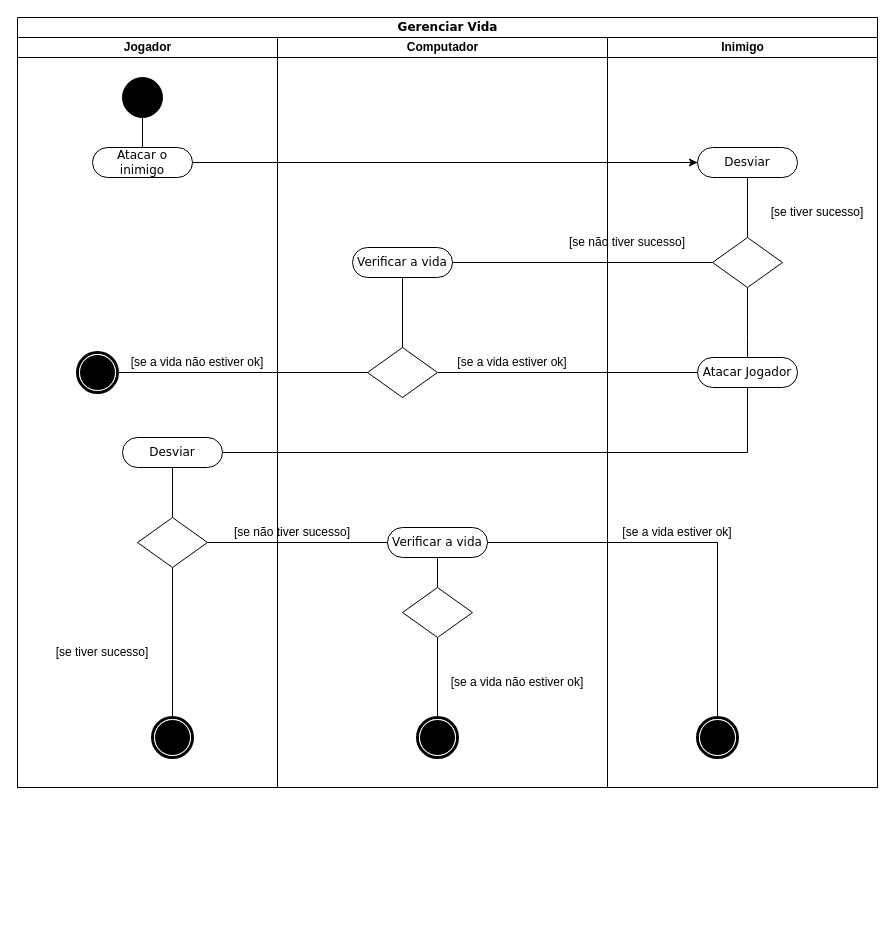
This is Diagrama de Atividade.drawio from yuritelis/atvmusicalp, a draw.io file, before an edit. Source tidied: cells renumbered, new cells numbered last; positions are measured from the earlier drawing's top-left corner, leaving out a move shared by most shapes. Both pictures are drawn from the tidied source at 100%, with x=0, y=0 at pixel (17, 17).
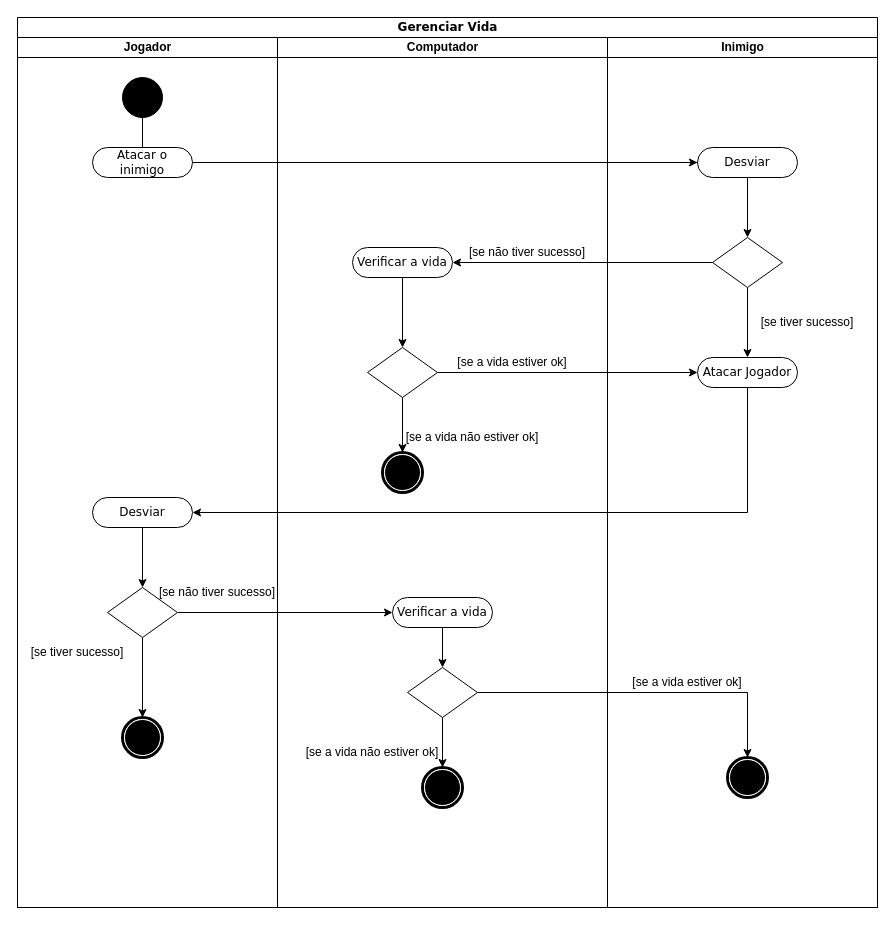
Above is the later version.

Unchanged cells that the change refers to:
```xml
<mxCell id="16" style="rhombus;whiteSpace=wrap;html=1;" parent="15" vertex="1">
  <mxGeometry x="90" y="310" width="70" height="50" as="geometry" />
</mxCell>
<mxCell id="18" value="Verificar a vida" style="rounded=1;whiteSpace=wrap;html=1;shadow=0;comic=0;labelBackgroundColor=none;strokeWidth=1;fontFamily=Verdana;fontSize=12;align=center;arcSize=50;" parent="15" vertex="1">
  <mxGeometry x="75" y="210" width="100" height="30" as="geometry" />
</mxCell>
<mxCell id="36" value="Desviar" style="rounded=1;whiteSpace=wrap;html=1;shadow=0;comic=0;labelBackgroundColor=none;strokeWidth=1;fontFamily=Verdana;fontSize=12;align=center;arcSize=50;" parent="34" vertex="1">
  <mxGeometry x="90" y="110" width="100" height="30" as="geometry" />
</mxCell>
<mxCell id="37" value="Atacar Jogador" style="rounded=1;whiteSpace=wrap;html=1;shadow=0;comic=0;labelBackgroundColor=none;strokeWidth=1;fontFamily=Verdana;fontSize=12;align=center;arcSize=50;" parent="34" vertex="1">
  <mxGeometry x="90" y="320" width="100" height="30" as="geometry" />
</mxCell>
<mxCell id="39" style="rhombus;whiteSpace=wrap;html=1;" parent="34" vertex="1">
  <mxGeometry x="105" y="200" width="70" height="50" as="geometry" />
</mxCell>
```

What changed in the source:
```diff
@@
     <mxCell id="2" value="Gerenciar Vida" style="swimlane;html=1;startSize=20;rounded=0;shadow=0;comic=0;labelBackgroundColor=none;strokeWidth=1;fontFamily=Verdana;fontSize=12;align=center;" parent="1" vertex="1">
-      <mxGeometry width="860" height="770" as="geometry" />
+      <mxGeometry width="860" height="890" as="geometry" />
     </mxCell>
     <mxCell id="3" value="Jogador" style="swimlane;html=1;startSize=20;" parent="2" vertex="1">
-      <mxGeometry y="20" width="260" height="750" as="geometry" />
+      <mxGeometry y="20" width="260" height="870" as="geometry" />
     </mxCell>
-    <mxCell id="4" style="edgeStyle=orthogonalEdgeStyle;rounded=0;jettySize=auto;html=1;exitX=0.5;exitY=1;exitDx=0;exitDy=0;entryX=0.5;entryY=0;entryDx=0;entryDy=0;endArrow=none;endFill=0;" parent="3" edge="1" source="5" target="11">
+    <mxCell id="4" style="edgeStyle=orthogonalEdgeStyle;rounded=0;jettySize=auto;html=1;" parent="3" edge="1" source="5" target="11">
       <mxGeometry relative="1" as="geometry" />
     </mxCell>
     <mxCell id="5" value="Desviar" style="rounded=1;whiteSpace=wrap;html=1;shadow=0;comic=0;labelBackgroundColor=none;strokeWidth=1;fontFamily=Verdana;fontSize=12;align=center;arcSize=50;" parent="3" vertex="1">
-      <mxGeometry x="105" y="400" width="100" height="30" as="geometry" />
+      <mxGeometry x="75" y="460" width="100" height="30" as="geometry" />
     </mxCell>
     <mxCell id="6" style="shape=mxgraph.bpmn.shape;html=1;verticalLabelPosition=bottom;labelBackgroundColor=#ffffff;verticalAlign=top;perimeter=ellipsePerimeter;outline=end;symbol=terminate;rounded=0;shadow=0;comic=0;strokeWidth=1;fontFamily=Verdana;fontSize=12;align=center;" parent="3" vertex="1">
-      <mxGeometry x="135" y="680" width="40" height="40" as="geometry" />
+      <mxGeometry x="105" y="680" width="40" height="40" as="geometry" />
     </mxCell>
@@
-    <mxCell id="10" style="edgeStyle=orthogonalEdgeStyle;rounded=0;jettySize=auto;html=1;entryX=0.5;entryY=0;entryDx=0;entryDy=0;endArrow=none;endFill=0;" parent="3" edge="1" source="11" target="6">
+    <mxCell id="10" style="edgeStyle=orthogonalEdgeStyle;rounded=0;jettySize=auto;html=1;entryX=0.5;entryY=0;entryDx=0;entryDy=0;" parent="3" edge="1" source="11" target="6">
       <mxGeometry relative="1" as="geometry" />
     </mxCell>
     <mxCell id="11" style="rhombus;whiteSpace=wrap;html=1;" parent="3" vertex="1">
-      <mxGeometry x="120" y="480" width="70" height="50" as="geometry" />
+      <mxGeometry x="90" y="550" width="70" height="50" as="geometry" />
     </mxCell>
     <mxCell id="12" value="[se tiver sucesso]" style="text;html=1;strokeColor=none;fillColor=none;align=center;verticalAlign=middle;whiteSpace=wrap;rounded=0;" parent="3" vertex="1">
-      <mxGeometry x="25" y="600" width="120" height="30" as="geometry" />
+      <mxGeometry y="600" width="120" height="30" as="geometry" />
     </mxCell>
-    <mxCell id="13" style="shape=mxgraph.bpmn.shape;html=1;verticalLabelPosition=bottom;labelBackgroundColor=#ffffff;verticalAlign=top;perimeter=ellipsePerimeter;outline=end;symbol=terminate;rounded=0;shadow=0;comic=0;strokeWidth=1;fontFamily=Verdana;fontSize=12;align=center;" parent="3" vertex="1">
-      <mxGeometry x="60" y="315" width="40" height="40" as="geometry" />
-    </mxCell>
-    <mxCell id="14" value="[se a vida não estiver ok]" style="text;html=1;strokeColor=none;fillColor=none;align=center;verticalAlign=middle;whiteSpace=wrap;rounded=0;" parent="3" vertex="1">
-      <mxGeometry x="100" y="310" width="160" height="30" as="geometry" />
-    </mxCell>
+    <mxCell id="20" value="[se não tiver sucesso]" style="text;html=1;strokeColor=none;fillColor=none;align=center;verticalAlign=middle;whiteSpace=wrap;rounded=0;" parent="3" vertex="1">
+      <mxGeometry x="140" y="540" width="120" height="30" as="geometry" />
+    </mxCell>
     <mxCell id="15" value="Computador" style="swimlane;html=1;startSize=20;" parent="2" vertex="1">
-      <mxGeometry x="260" y="20" width="330" height="750" as="geometry" />
+      <mxGeometry x="260" y="20" width="330" height="870" as="geometry" />
     </mxCell>
+    <mxCell id="44" style="edgeStyle=orthogonalEdgeStyle;rounded=0;jettySize=auto;html=1;exitX=0.5;exitY=1;exitDx=0;exitDy=0;entryX=0.5;entryY=0;entryDx=0;entryDy=0;" parent="15" edge="1" source="16" target="13">
+      <mxGeometry relative="1" as="geometry" />
+    </mxCell>
@@
-    <mxCell id="17" style="edgeStyle=orthogonalEdgeStyle;rounded=0;jettySize=auto;html=1;exitX=0.5;exitY=1;exitDx=0;exitDy=0;entryX=0.5;entryY=0;entryDx=0;entryDy=0;endArrow=none;endFill=0;" parent="15" edge="1" source="18" target="16">
+    <mxCell id="17" style="edgeStyle=orthogonalEdgeStyle;rounded=0;jettySize=auto;html=1;exitX=0.5;exitY=1;exitDx=0;exitDy=0;entryX=0.5;entryY=0;entryDx=0;entryDy=0;" parent="15" edge="1" source="18" target="16">
       <mxGeometry relative="1" as="geometry" />
     </mxCell>
@@
-    <mxCell id="20" value="[se não tiver sucesso]" style="text;html=1;strokeColor=none;fillColor=none;align=center;verticalAlign=middle;whiteSpace=wrap;rounded=0;" parent="15" vertex="1">
-      <mxGeometry x="-45" y="480" width="120" height="30" as="geometry" />
-    </mxCell>
-    <mxCell id="21" style="edgeStyle=orthogonalEdgeStyle;rounded=0;jettySize=auto;html=1;exitX=0.5;exitY=1;exitDx=0;exitDy=0;entryX=0.5;entryY=0;entryDx=0;entryDy=0;endArrow=none;endFill=0;" parent="15" edge="1" source="22" target="24">
+    <mxCell id="21" style="edgeStyle=orthogonalEdgeStyle;rounded=0;jettySize=auto;html=1;entryX=0.5;entryY=0;entryDx=0;entryDy=0;" parent="15" edge="1" source="22" target="24">
       <mxGeometry relative="1" as="geometry" />
     </mxCell>
     <mxCell id="22" value="Verificar a vida" style="rounded=1;whiteSpace=wrap;html=1;shadow=0;comic=0;labelBackgroundColor=none;strokeWidth=1;fontFamily=Verdana;fontSize=12;align=center;arcSize=50;" parent="15" vertex="1">
-      <mxGeometry x="110" y="490" width="100" height="30" as="geometry" />
+      <mxGeometry x="115" y="560" width="100" height="30" as="geometry" />
     </mxCell>
-    <mxCell id="23" style="edgeStyle=orthogonalEdgeStyle;rounded=0;jettySize=auto;html=1;exitX=0.5;exitY=1;exitDx=0;exitDy=0;entryX=0.5;entryY=0;entryDx=0;entryDy=0;endArrow=none;endFill=0;" parent="15" edge="1" source="24" target="25">
+    <mxCell id="23" style="edgeStyle=orthogonalEdgeStyle;rounded=0;jettySize=auto;html=1;exitX=0.5;exitY=1;exitDx=0;exitDy=0;entryX=0.5;entryY=0;entryDx=0;entryDy=0;" parent="15" edge="1" source="24" target="25">
       <mxGeometry relative="1" as="geometry" />
     </mxCell>
     <mxCell id="24" style="rhombus;whiteSpace=wrap;html=1;" parent="15" vertex="1">
-      <mxGeometry x="125" y="550" width="70" height="50" as="geometry" />
+      <mxGeometry x="130" y="630" width="70" height="50" as="geometry" />
     </mxCell>
     <mxCell id="25" style="shape=mxgraph.bpmn.shape;html=1;verticalLabelPosition=bottom;labelBackgroundColor=#ffffff;verticalAlign=top;perimeter=ellipsePerimeter;outline=end;symbol=terminate;rounded=0;shadow=0;comic=0;strokeWidth=1;fontFamily=Verdana;fontSize=12;align=center;" parent="15" vertex="1">
-      <mxGeometry x="140" y="680" width="40" height="40" as="geometry" />
+      <mxGeometry x="145" y="730" width="40" height="40" as="geometry" />
     </mxCell>
     <mxCell id="26" value="[se a vida não estiver ok]" style="text;html=1;strokeColor=none;fillColor=none;align=center;verticalAlign=middle;whiteSpace=wrap;rounded=0;" parent="15" vertex="1">
-      <mxGeometry x="160" y="630" width="160" height="30" as="geometry" />
+      <mxGeometry x="15" y="700" width="160" height="30" as="geometry" />
     </mxCell>
+    <mxCell id="40" value="[se não tiver sucesso]" style="text;html=1;strokeColor=none;fillColor=none;align=center;verticalAlign=middle;whiteSpace=wrap;rounded=0;" parent="15" vertex="1">
+      <mxGeometry x="190" y="200" width="120" height="30" as="geometry" />
+    </mxCell>
+    <mxCell id="13" style="shape=mxgraph.bpmn.shape;html=1;verticalLabelPosition=bottom;labelBackgroundColor=#ffffff;verticalAlign=top;perimeter=ellipsePerimeter;outline=end;symbol=terminate;rounded=0;shadow=0;comic=0;strokeWidth=1;fontFamily=Verdana;fontSize=12;align=center;" parent="15" vertex="1">
+      <mxGeometry x="105" y="415" width="40" height="40" as="geometry" />
+    </mxCell>
+    <mxCell id="14" value="[se a vida não estiver ok]" style="text;html=1;strokeColor=none;fillColor=none;align=center;verticalAlign=middle;whiteSpace=wrap;rounded=0;" parent="15" vertex="1">
+      <mxGeometry x="115" y="385" width="160" height="30" as="geometry" />
+    </mxCell>
@@
-    <mxCell id="28" style="edgeStyle=orthogonalEdgeStyle;rounded=0;jettySize=auto;html=1;entryX=0;entryY=0.5;entryDx=0;entryDy=0;endArrow=none;endFill=0;" parent="2" edge="1" source="18" target="39">
-      <mxGeometry relative="1" as="geometry" />
-    </mxCell>
@@
-    <mxCell id="30" style="rounded=0;jettySize=auto;html=1;exitX=1;exitY=0.5;exitDx=0;exitDy=0;entryX=0;entryY=0.5;entryDx=0;entryDy=0;edgeStyle=orthogonalEdgeStyle;endArrow=none;endFill=0;" parent="2" edge="1" source="16" target="37">
-      <mxGeometry relative="1" as="geometry" />
-    </mxCell>
-    <mxCell id="31" style="edgeStyle=orthogonalEdgeStyle;rounded=0;jettySize=auto;html=1;exitX=0.5;exitY=1;exitDx=0;exitDy=0;entryX=1;entryY=0.5;entryDx=0;entryDy=0;endArrow=none;endFill=0;" parent="2" edge="1" source="37" target="5">
-      <mxGeometry relative="1" as="geometry" />
-    </mxCell>
-    <mxCell id="32" style="edgeStyle=orthogonalEdgeStyle;rounded=0;jettySize=auto;html=1;exitX=1;exitY=0.5;exitDx=0;exitDy=0;entryX=0;entryY=0.5;entryDx=0;entryDy=0;endArrow=none;endFill=0;" parent="2" edge="1" source="11" target="22">
-      <mxGeometry relative="1" as="geometry" />
-    </mxCell>
-    <mxCell id="33" style="edgeStyle=orthogonalEdgeStyle;rounded=0;jettySize=auto;html=1;exitX=1;exitY=0.5;exitDx=0;exitDy=0;entryX=0.5;entryY=0;entryDx=0;entryDy=0;endArrow=none;endFill=0;" parent="2" edge="1" source="22" target="42">
-      <mxGeometry relative="1" as="geometry" />
-    </mxCell>
     <mxCell id="34" value="Inimigo" style="swimlane;html=1;startSize=20;" parent="2" vertex="1">
-      <mxGeometry x="590" y="20" width="270" height="750" as="geometry" />
+      <mxGeometry x="590" y="20" width="270" height="870" as="geometry" />
     </mxCell>
-    <mxCell id="35" style="edgeStyle=orthogonalEdgeStyle;rounded=0;jettySize=auto;html=1;exitX=0.5;exitY=1;exitDx=0;exitDy=0;entryX=0.5;entryY=0;entryDx=0;entryDy=0;endArrow=none;endFill=0;" parent="34" edge="1" source="36" target="39">
+    <mxCell id="35" style="edgeStyle=orthogonalEdgeStyle;rounded=0;jettySize=auto;html=1;entryX=0.5;entryY=0;entryDx=0;entryDy=0;" parent="34" edge="1" source="36" target="39">
       <mxGeometry relative="1" as="geometry" />
     </mxCell>
@@
-    <mxCell id="38" style="edgeStyle=orthogonalEdgeStyle;rounded=0;jettySize=auto;html=1;exitX=0.5;exitY=1;exitDx=0;exitDy=0;entryX=0.5;entryY=0;entryDx=0;entryDy=0;endArrow=none;endFill=0;" parent="34" edge="1" source="39" target="37">
-      <mxGeometry relative="1" as="geometry">
-        <Array as="points">
-          <mxPoint x="140" y="300" />
-          <mxPoint x="140" y="300" />
-        </Array>
-      </mxGeometry>
+    <mxCell id="38" style="edgeStyle=orthogonalEdgeStyle;rounded=0;jettySize=auto;html=1;exitX=0.5;exitY=1;exitDx=0;exitDy=0;entryX=0.5;entryY=0;entryDx=0;entryDy=0;" parent="34" edge="1" source="39" target="37">
+      <mxGeometry relative="1" as="geometry" />
     </mxCell>
@@
-    <mxCell id="40" value="[se não tiver sucesso]" style="text;html=1;strokeColor=none;fillColor=none;align=center;verticalAlign=middle;whiteSpace=wrap;rounded=0;" parent="34" vertex="1">
-      <mxGeometry x="-40" y="190" width="120" height="30" as="geometry" />
-    </mxCell>
     <mxCell id="41" value="[se tiver sucesso]" style="text;html=1;strokeColor=none;fillColor=none;align=center;verticalAlign=middle;whiteSpace=wrap;rounded=0;" parent="34" vertex="1">
-      <mxGeometry x="150" y="160" width="120" height="30" as="geometry" />
+      <mxGeometry x="140" y="270" width="120" height="30" as="geometry" />
     </mxCell>
     <mxCell id="42" style="shape=mxgraph.bpmn.shape;html=1;verticalLabelPosition=bottom;labelBackgroundColor=#ffffff;verticalAlign=top;perimeter=ellipsePerimeter;outline=end;symbol=terminate;rounded=0;shadow=0;comic=0;strokeWidth=1;fontFamily=Verdana;fontSize=12;align=center;" parent="34" vertex="1">
-      <mxGeometry x="90" y="680" width="40" height="40" as="geometry" />
+      <mxGeometry x="120" y="720" width="40" height="40" as="geometry" />
     </mxCell>
     <mxCell id="43" value="[se a vida estiver ok]" style="text;html=1;strokeColor=none;fillColor=none;align=center;verticalAlign=middle;whiteSpace=wrap;rounded=0;" parent="34" vertex="1">
-      <mxGeometry x="10" y="480" width="120" height="30" as="geometry" />
+      <mxGeometry x="20" y="630" width="120" height="30" as="geometry" />
     </mxCell>
-    <mxCell id="44" style="edgeStyle=orthogonalEdgeStyle;rounded=0;jettySize=auto;html=1;exitX=0;exitY=0.5;exitDx=0;exitDy=0;entryX=1;entryY=0.5;entryDx=0;entryDy=0;endArrow=none;endFill=0;" parent="2" edge="1" source="16" target="13">
-      <mxGeometry relative="1" as="geometry" />
-    </mxCell>
+    <mxCell id="45" style="edgeStyle=orthogonalEdgeStyle;rounded=0;jettySize=auto;html=1;exitX=0;exitY=0.5;exitDx=0;exitDy=0;entryX=1;entryY=0.5;entryDx=0;entryDy=0;" parent="2" edge="1" source="39" target="18">
+      <mxGeometry relative="1" as="geometry" />
+    </mxCell>
+    <mxCell id="31" style="edgeStyle=orthogonalEdgeStyle;rounded=0;jettySize=auto;html=1;exitX=0.5;exitY=1;exitDx=0;exitDy=0;entryX=1;entryY=0.5;entryDx=0;entryDy=0;" parent="2" edge="1" source="37" target="5">
+      <mxGeometry relative="1" as="geometry" />
+    </mxCell>
+    <mxCell id="30" style="edgeStyle=orthogonalEdgeStyle;rounded=0;jettySize=auto;html=1;exitX=1;exitY=0.5;exitDx=0;exitDy=0;entryX=0;entryY=0.5;entryDx=0;entryDy=0;" parent="2" edge="1" source="16" target="37">
+      <mxGeometry relative="1" as="geometry" />
+    </mxCell>
+    <mxCell id="32" style="edgeStyle=orthogonalEdgeStyle;rounded=0;jettySize=auto;html=1;entryX=0;entryY=0.5;entryDx=0;entryDy=0;" parent="2" edge="1" source="11" target="22">
+      <mxGeometry relative="1" as="geometry" />
+    </mxCell>
+    <mxCell id="46" style="edgeStyle=orthogonalEdgeStyle;rounded=0;jettySize=auto;html=1;entryX=0.5;entryY=0;entryDx=0;entryDy=0;" parent="2" edge="1" source="24" target="42">
+      <mxGeometry relative="1" as="geometry" />
+    </mxCell>
```
